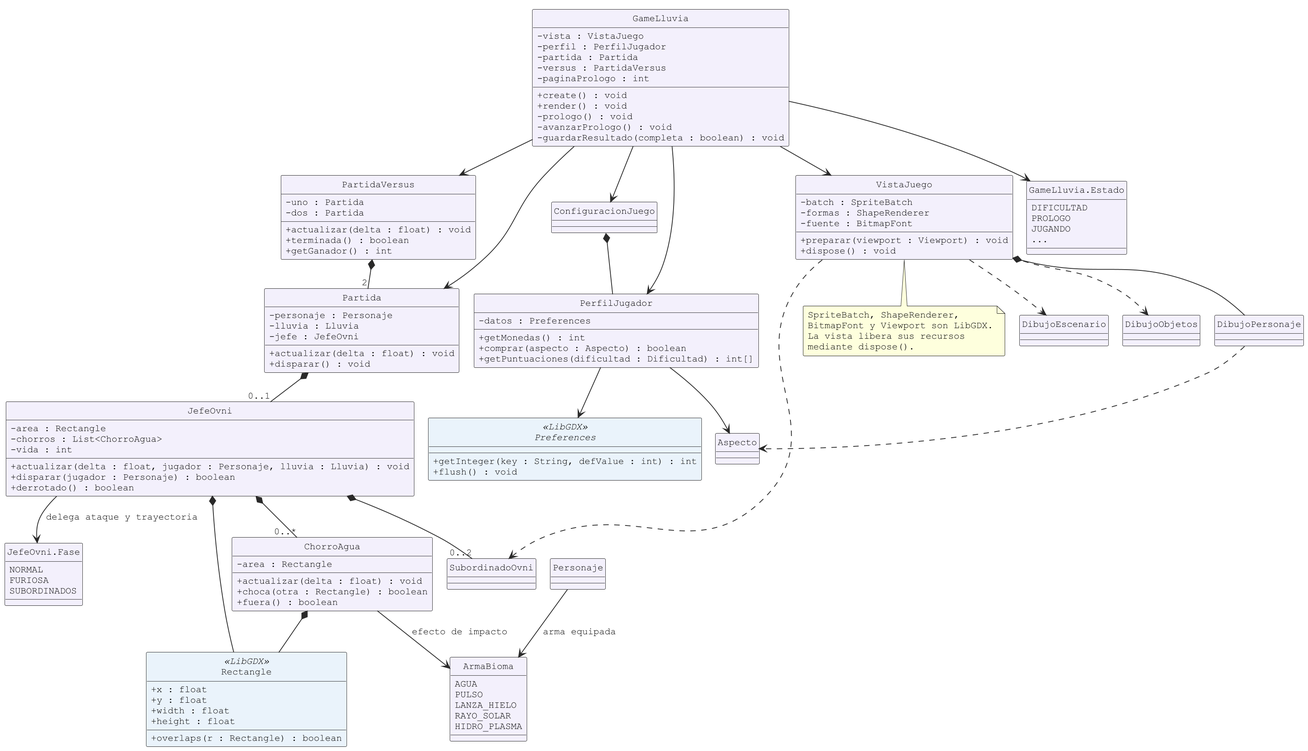
Above: docs/uml/06-sistemas.png in maverick1006/Proyecto-Game-LLuvia- (PlantUML), before the change.
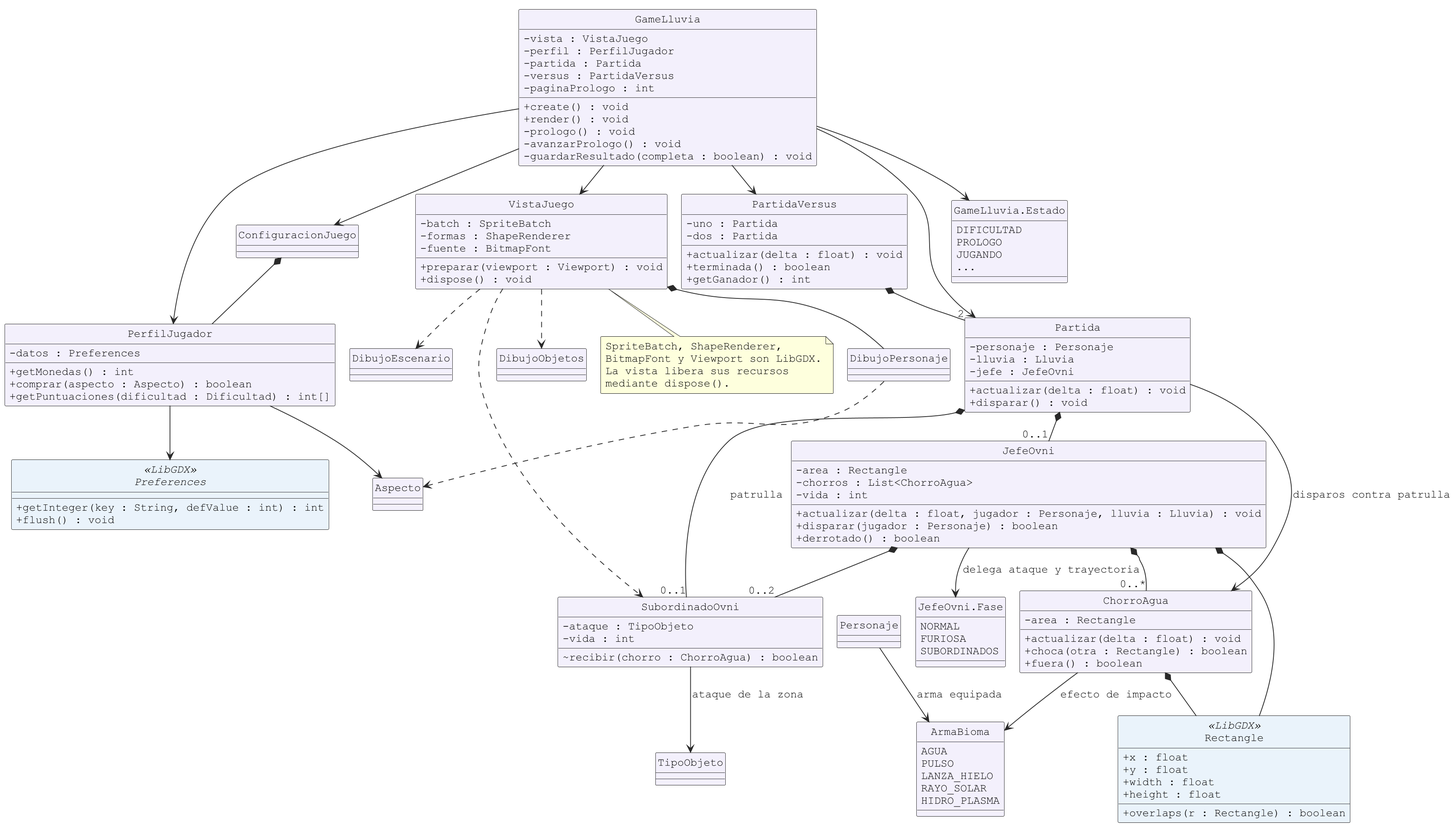
Above is the later version.

The edit, as a diff of the source:
```diff
@@ -4,7 +4,7 @@
 skinparam shadowing false
 skinparam classAttributeIconSize 0
 skinparam defaultFontName Courier New
-skinparam defaultFontSize 12
+skinparam defaultFontSize 14
 skinparam dpi 180
 skinparam roundcorner 3
 skinparam ArrowColor #292929
@@ -122,7 +122,14 @@
  RAYO_SOLAR
  HIDRO_PLASMA
 }
-class SubordinadoOvni
+class SubordinadoOvni {
+  - ataque : TipoObjeto
+  - vida : int
+  ~ recibir(chorro : ChorroAgua) : boolean
+}
+Partida *-- "0..1" SubordinadoOvni : patrulla
+SubordinadoOvni --> TipoObjeto : ataque de la zona
+Partida --> ChorroAgua : disparos contra patrulla
 enum "JefeOvni.Fase" as FaseOvni {
  NORMAL
  FURIOSA
```
